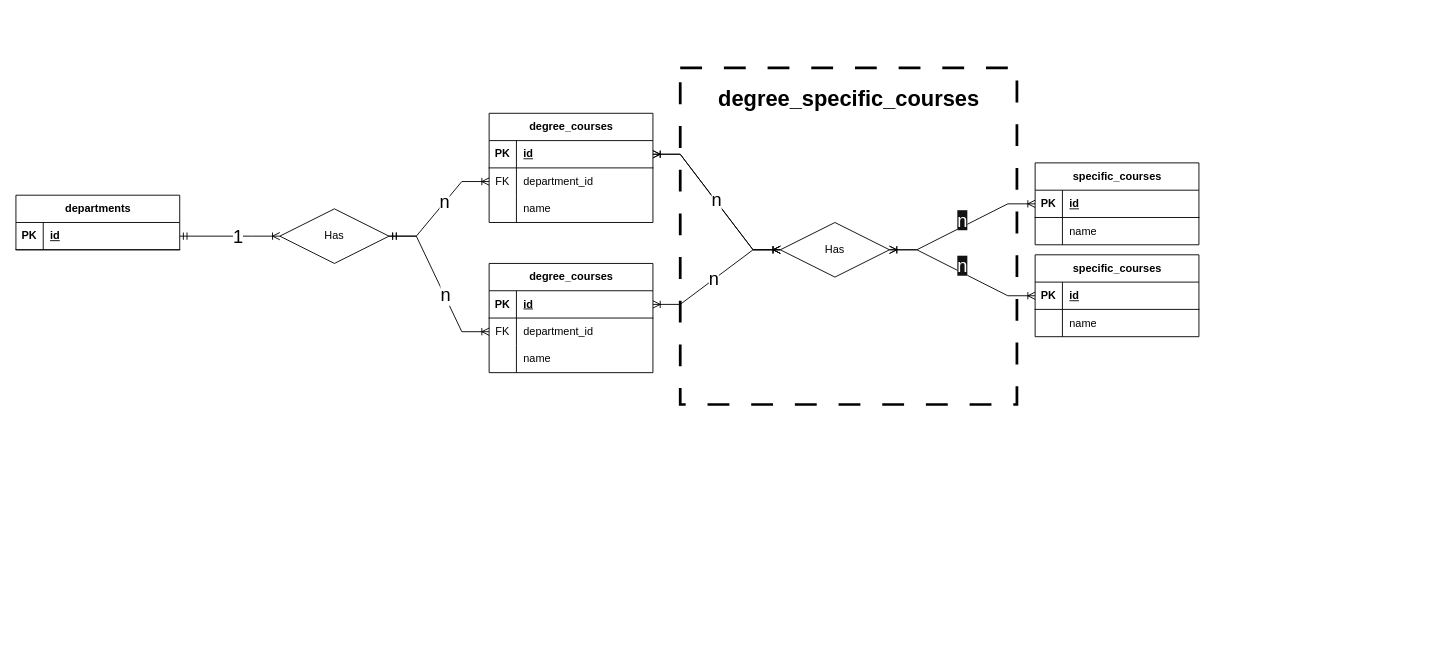
Earlier version of the draw.io diagram db-university.drawio (fedebacci/db-university). Source tidied: cells renumbered, new cells numbered last; positions are measured from the earlier drawing's top-left corner, leaving out a move shared by most shapes. Both pictures are drawn from the tidied source at 91%, with x=0, y=0 at pixel (15, 67).
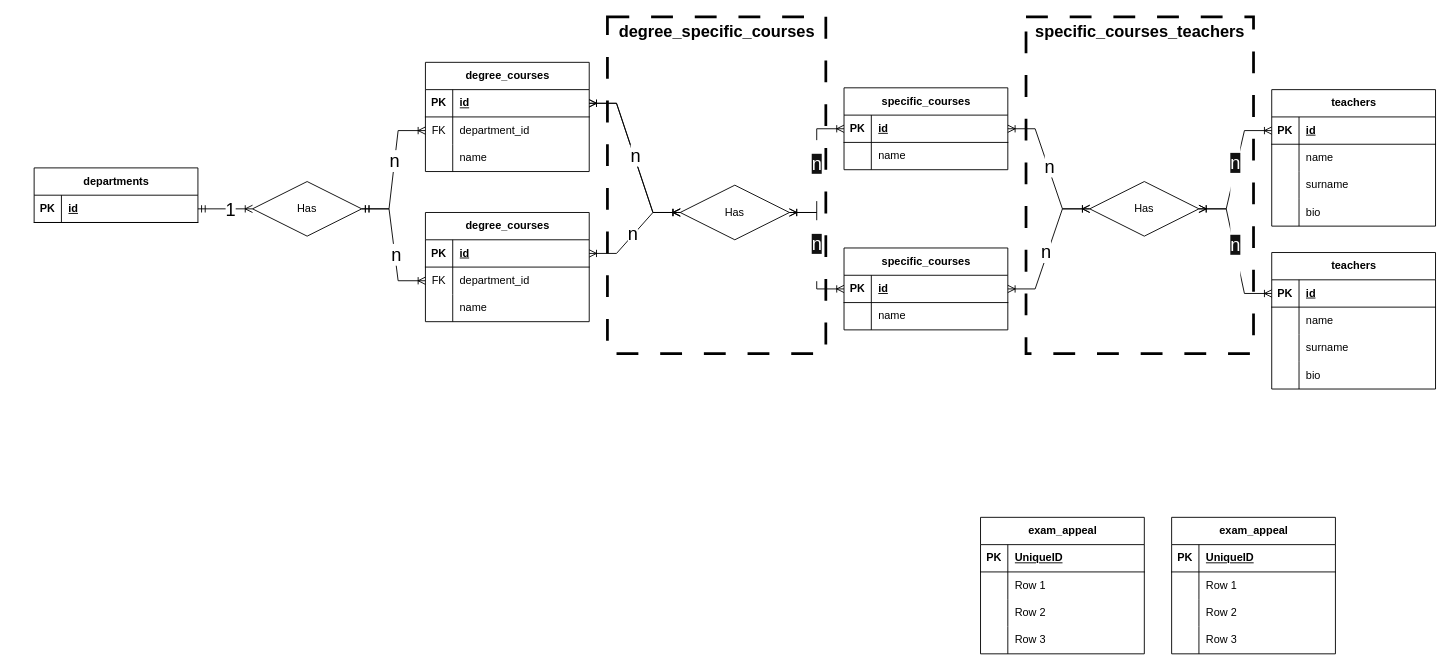
The same page after the edit.

The change refers to these unchanged cells:
```xml
<mxCell id="9" style="shape=tableRow;horizontal=0;startSize=0;swimlaneHead=0;swimlaneBody=0;fillColor=none;points=[[0,0.5],[1,0.5]];portConstraint=eastwest;top=0;left=0;right=0;bottom=1;" parent="8" vertex="1">
  <mxGeometry y="30" width="180" height="30" as="geometry" />
</mxCell>
<mxCell id="24" style="shape=tableRow;horizontal=0;startSize=0;swimlaneHead=0;swimlaneBody=0;fillColor=none;points=[[0,0.5],[1,0.5]];portConstraint=eastwest;top=0;left=0;right=0;bottom=1;" parent="23" vertex="1">
  <mxGeometry y="30" width="180" height="30" as="geometry" />
</mxCell>
<mxCell id="36" style="shape=tableRow;horizontal=0;startSize=0;swimlaneHead=0;swimlaneBody=0;fillColor=none;points=[[0,0.5],[1,0.5]];portConstraint=eastwest;top=0;left=0;right=0;bottom=1;" parent="35" vertex="1">
  <mxGeometry y="30" width="180" height="30" as="geometry" />
</mxCell>
<mxCell id="43" style="shape=tableRow;horizontal=0;startSize=0;swimlaneHead=0;swimlaneBody=0;fillColor=none;points=[[0,0.5],[1,0.5]];portConstraint=eastwest;top=0;left=0;right=0;bottom=1;" parent="42" vertex="1">
  <mxGeometry y="30" width="180" height="30" as="geometry" />
</mxCell>
```

Change to the diagram source:
```diff
@@
+    <mxCell id="58" style="rounded=0;whiteSpace=wrap;html=1;fillColor=none;strokeWidth=3;dashed=1;dashPattern=8 8;" parent="1" vertex="1">
+      <mxGeometry x="1110" y="-56" width="250" height="370" as="geometry" />
+    </mxCell>
+    <mxCell id="3" style="rounded=0;whiteSpace=wrap;html=1;fillColor=none;strokeWidth=3;dashed=1;dashPattern=8 8;" parent="1" vertex="1">
+      <mxGeometry x="650" y="-56" width="240" height="370" as="geometry" />
+    </mxCell>
-    <mxCell id="2" value="degree_specific_courses" style="text;strokeColor=none;fillColor=none;html=1;fontSize=24;fontStyle=1;verticalAlign=middle;align=center;" parent="1" vertex="1">
-      <mxGeometry x="775" y="20" width="280" height="30" as="geometry" />
+    <mxCell id="2" value="&lt;font style=&quot;font-size: 18px;&quot;&gt;specific_courses_teachers&lt;/font&gt;" style="text;strokeColor=none;fillColor=none;html=1;fontSize=24;fontStyle=1;verticalAlign=middle;align=center;" parent="1" vertex="1">
+      <mxGeometry x="1117.5" y="-56" width="235" height="30" as="geometry" />
     </mxCell>
-    <mxCell id="3" style="rounded=0;whiteSpace=wrap;html=1;fillColor=none;strokeWidth=3;dashed=1;dashPattern=8 8;" parent="1" vertex="1">
-      <mxGeometry x="730" width="370" height="370" as="geometry" />
-    </mxCell>
     <mxCell id="4" value="departments" style="shape=table;startSize=30;childLayout=tableLayout;rowLines=0;fontStyle=1;align=center;html=1;" parent="1" vertex="1">
-      <mxGeometry y="140" width="180" height="60" as="geometry" />
+      <mxGeometry x="20" y="110" width="180" height="60" as="geometry" />
     </mxCell>
@@
     <mxCell id="8" value="degree_courses" style="shape=table;startSize=30;childLayout=tableLayout;rowLines=0;fontStyle=1;align=center;html=1;" parent="1" vertex="1">
-      <mxGeometry x="520" y="215" width="180" height="120" as="geometry" />
+      <mxGeometry x="450" y="159" width="180" height="120" as="geometry" />
     </mxCell>
@@
     <mxCell id="18" value="Has" style="shape=rhombus;perimeter=rhombusPerimeter;whiteSpace=wrap;html=1;align=center;" parent="1" vertex="1">
-      <mxGeometry x="290" y="155" width="120" height="60" as="geometry" />
+      <mxGeometry x="260" y="125" width="120" height="60" as="geometry" />
     </mxCell>
@@
     <mxCell id="23" value="degree_courses" style="shape=table;startSize=30;childLayout=tableLayout;rowLines=0;fontStyle=1;align=center;html=1;" parent="1" vertex="1">
-      <mxGeometry x="520" y="50" width="180" height="120" as="geometry" />
+      <mxGeometry x="450" y="-6" width="180" height="120" as="geometry" />
     </mxCell>
@@
     <mxCell id="35" value="specific_courses" style="shape=table;startSize=30;childLayout=tableLayout;rowLines=0;fontStyle=1;align=center;html=1;" parent="1" vertex="1">
-      <mxGeometry x="1120" y="104.5" width="180" height="90" as="geometry" />
+      <mxGeometry x="910" y="22" width="180" height="90" as="geometry" />
     </mxCell>
@@
     <mxCell id="42" value="specific_courses" style="shape=table;startSize=30;childLayout=tableLayout;rowLines=0;fontStyle=1;align=center;html=1;" parent="1" vertex="1">
-      <mxGeometry x="1120" y="205.5" width="180" height="90" as="geometry" />
+      <mxGeometry x="910" y="198" width="180" height="90" as="geometry" />
     </mxCell>
@@
     <mxCell id="49" value="Has" style="shape=rhombus;perimeter=rhombusPerimeter;whiteSpace=wrap;html=1;align=center;" parent="1" vertex="1">
-      <mxGeometry x="840" y="170" width="120" height="60" as="geometry" />
+      <mxGeometry x="730" y="129" width="120" height="60" as="geometry" />
     </mxCell>
@@
     <mxCell id="54" style="edgeStyle=entityRelationEdgeStyle;fontSize=12;html=1;endArrow=ERoneToMany;startArrow=ERoneToMany;rounded=0;exitX=1;exitY=0.5;exitDx=0;exitDy=0;entryX=0;entryY=0.5;entryDx=0;entryDy=0;" parent="1" edge="1" source="24" target="49">
       <mxGeometry relative="1" as="geometry">
         <Array as="points">
-          <mxPoint x="720" y="204" />
+          <mxPoint x="740" y="174" />
         </Array>
       </mxGeometry>
     </mxCell>
@@
-    <mxCell id="56" style="edgeStyle=entityRelationEdgeStyle;fontSize=12;html=1;endArrow=ERoneToMany;startArrow=ERoneToMany;rounded=0;exitX=1;exitY=0.5;exitDx=0;exitDy=0;" parent="1" edge="1" source="9">
+    <mxCell id="56" style="edgeStyle=entityRelationEdgeStyle;fontSize=12;html=1;endArrow=ERoneToMany;startArrow=ERoneToMany;rounded=0;exitX=1;exitY=0.5;exitDx=0;exitDy=0;entryX=0;entryY=0.5;entryDx=0;entryDy=0;" parent="1" edge="1" source="9" target="49">
       <mxGeometry relative="1" as="geometry">
-        <mxPoint x="840" y="200" as="targetPoint" />
         <Array as="points">
-          <mxPoint x="730" y="363" />
-          <mxPoint x="780" y="343" />
+          <mxPoint x="750" y="333" />
+          <mxPoint x="800" y="313" />
         </Array>
       </mxGeometry>
     </mxCell>
@@
+    <mxCell id="59" value="teachers" style="shape=table;startSize=30;childLayout=tableLayout;rowLines=0;fontStyle=1;align=center;html=1;" parent="1" vertex="1">
+      <mxGeometry x="1380" y="24" width="180" height="150" as="geometry" />
+    </mxCell>
+    <mxCell id="60" style="shape=tableRow;horizontal=0;startSize=0;swimlaneHead=0;swimlaneBody=0;fillColor=none;points=[[0,0.5],[1,0.5]];portConstraint=eastwest;top=0;left=0;right=0;bottom=1;" parent="59" vertex="1">
+      <mxGeometry y="30" width="180" height="30" as="geometry" />
+    </mxCell>
+    <mxCell id="61" value="PK" style="shape=partialRectangle;fillColor=none;top=0;left=0;bottom=0;right=0;fontStyle=1;overflow=hidden;whiteSpace=wrap;html=1;" parent="60" vertex="1">
+      <mxGeometry width="30" height="30" as="geometry" />
+    </mxCell>
+    <mxCell id="62" value="id" style="shape=partialRectangle;fillColor=none;top=0;left=0;bottom=0;right=0;align=left;spacingLeft=6;fontStyle=5;overflow=hidden;whiteSpace=wrap;html=1;" parent="60" vertex="1">
+      <mxGeometry x="30" width="150" height="30" as="geometry" />
+    </mxCell>
+    <mxCell id="63" style="shape=tableRow;horizontal=0;startSize=0;swimlaneHead=0;swimlaneBody=0;fillColor=none;top=0;left=0;right=0;bottom=0;" parent="59" vertex="1">
+      <mxGeometry y="60" width="180" height="30" as="geometry" />
+    </mxCell>
+    <mxCell id="64" style="shape=partialRectangle;fillColor=none;top=0;left=0;bottom=0;right=0;overflow=hidden;whiteSpace=wrap;html=1;" parent="63" vertex="1">
+      <mxGeometry width="30" height="30" as="geometry" />
+    </mxCell>
+    <mxCell id="65" value="name" style="shape=partialRectangle;fillColor=none;top=0;left=0;bottom=0;right=0;align=left;spacingLeft=6;overflow=hidden;whiteSpace=wrap;html=1;" parent="63" vertex="1">
+      <mxGeometry x="30" width="150" height="30" as="geometry" />
+    </mxCell>
+    <mxCell id="66" style="shape=tableRow;horizontal=0;startSize=0;swimlaneHead=0;swimlaneBody=0;fillColor=none;top=0;left=0;right=0;bottom=0;" parent="59" vertex="1">
+      <mxGeometry y="90" width="180" height="30" as="geometry" />
+    </mxCell>
+    <mxCell id="67" style="shape=partialRectangle;fillColor=none;top=0;left=0;bottom=0;right=0;overflow=hidden;whiteSpace=wrap;html=1;" parent="66" vertex="1">
+      <mxGeometry width="30" height="30" as="geometry" />
+    </mxCell>
+    <mxCell id="68" value="surname" style="shape=partialRectangle;fillColor=none;top=0;left=0;bottom=0;right=0;align=left;spacingLeft=6;overflow=hidden;whiteSpace=wrap;html=1;" parent="66" vertex="1">
+      <mxGeometry x="30" width="150" height="30" as="geometry" />
+    </mxCell>
+    <mxCell id="69" style="shape=tableRow;horizontal=0;startSize=0;swimlaneHead=0;swimlaneBody=0;fillColor=none;top=0;left=0;right=0;bottom=0;" parent="59" vertex="1">
+      <mxGeometry y="120" width="180" height="30" as="geometry" />
+    </mxCell>
+    <mxCell id="70" style="shape=partialRectangle;fillColor=none;top=0;left=0;bottom=0;right=0;overflow=hidden;whiteSpace=wrap;html=1;" parent="69" vertex="1">
+      <mxGeometry width="30" height="30" as="geometry" />
+    </mxCell>
+    <mxCell id="71" value="bio" style="shape=partialRectangle;fillColor=none;top=0;left=0;bottom=0;right=0;align=left;spacingLeft=6;overflow=hidden;whiteSpace=wrap;html=1;" parent="69" vertex="1">
+      <mxGeometry x="30" width="150" height="30" as="geometry" />
+    </mxCell>
+    <mxCell id="72" value="&lt;font style=&quot;font-size: 18px;&quot;&gt;degree_specific_courses&lt;/font&gt;" style="text;strokeColor=none;fillColor=none;html=1;fontSize=24;fontStyle=1;verticalAlign=middle;align=center;" parent="1" vertex="1">
+      <mxGeometry x="655" y="-56" width="230" height="30" as="geometry" />
+    </mxCell>
+    <mxCell id="73" style="edgeStyle=entityRelationEdgeStyle;fontSize=12;html=1;endArrow=ERoneToMany;startArrow=ERoneToMany;rounded=0;exitX=1;exitY=0.5;exitDx=0;exitDy=0;entryX=0;entryY=0.5;entryDx=0;entryDy=0;" parent="1" edge="1" source="36" target="79">
+      <mxGeometry relative="1" as="geometry">
+        <Array as="points">
+          <mxPoint x="1380" y="168" />
+        </Array>
+      </mxGeometry>
+    </mxCell>
+    <mxCell id="74" value="&lt;font style=&quot;font-size: 20px;&quot;&gt;n&lt;/font&gt;" style="edgeLabel;html=1;align=center;verticalAlign=middle;" parent="73" vertex="1">
+      <mxGeometry x="-0.04" y="2" relative="1" as="geometry" />
+    </mxCell>
+    <mxCell id="75" style="edgeStyle=entityRelationEdgeStyle;fontSize=12;html=1;endArrow=ERoneToMany;startArrow=ERoneToMany;rounded=0;exitX=1;exitY=0.5;exitDx=0;exitDy=0;entryX=0;entryY=0.5;entryDx=0;entryDy=0;" parent="1" edge="1" source="43" target="79">
+      <mxGeometry relative="1" as="geometry">
+        <Array as="points">
+          <mxPoint x="1390" y="327" />
+          <mxPoint x="1440" y="307" />
+        </Array>
+      </mxGeometry>
+    </mxCell>
+    <mxCell id="76" value="&lt;font style=&quot;font-size: 20px;&quot;&gt;n&lt;/font&gt;" style="edgeLabel;html=1;align=center;verticalAlign=middle;" parent="75" vertex="1">
+      <mxGeometry x="-0.04" y="2" relative="1" as="geometry" />
+    </mxCell>
+    <mxCell id="77" value="&#10;&lt;span style=&quot;color: rgb(255, 255, 255); font-family: Helvetica; font-size: 20px; font-style: normal; font-variant-ligatures: normal; font-variant-caps: normal; font-weight: 400; letter-spacing: normal; orphans: 2; text-align: center; text-indent: 0px; text-transform: none; widows: 2; word-spacing: 0px; -webkit-text-stroke-width: 0px; white-space: nowrap; background-color: rgb(18, 18, 18); text-decoration-thickness: initial; text-decoration-style: initial; text-decoration-color: initial; display: inline !important; float: none;&quot;&gt;n&lt;/span&gt;&#10;&#10;" style="edgeStyle=entityRelationEdgeStyle;fontSize=12;html=1;endArrow=ERoneToMany;startArrow=ERoneToMany;rounded=0;exitX=1;exitY=0.5;exitDx=0;exitDy=0;entryX=0;entryY=0.5;entryDx=0;entryDy=0;" parent="1" edge="1" source="79" target="60">
+      <mxGeometry relative="1" as="geometry" />
+    </mxCell>
+    <mxCell id="78" value="&#10;&lt;span style=&quot;color: rgb(255, 255, 255); font-family: Helvetica; font-size: 20px; font-style: normal; font-variant-ligatures: normal; font-variant-caps: normal; font-weight: 400; letter-spacing: normal; orphans: 2; text-align: center; text-indent: 0px; text-transform: none; widows: 2; word-spacing: 0px; -webkit-text-stroke-width: 0px; white-space: nowrap; background-color: rgb(18, 18, 18); text-decoration-thickness: initial; text-decoration-style: initial; text-decoration-color: initial; display: inline !important; float: none;&quot;&gt;n&lt;/span&gt;&#10;&#10;" style="edgeStyle=entityRelationEdgeStyle;fontSize=12;html=1;endArrow=ERoneToMany;startArrow=ERoneToMany;rounded=0;exitX=1;exitY=0.5;exitDx=0;exitDy=0;entryX=0;entryY=0.5;entryDx=0;entryDy=0;" parent="1" edge="1" source="79" target="81">
+      <mxGeometry relative="1" as="geometry" />
+    </mxCell>
+    <mxCell id="79" value="Has" style="shape=rhombus;perimeter=rhombusPerimeter;whiteSpace=wrap;html=1;align=center;" parent="1" vertex="1">
+      <mxGeometry x="1180" y="125" width="120" height="60" as="geometry" />
+    </mxCell>
+    <mxCell id="80" value="teachers" style="shape=table;startSize=30;childLayout=tableLayout;rowLines=0;fontStyle=1;align=center;html=1;" parent="1" vertex="1">
+      <mxGeometry x="1380" y="203" width="180" height="150" as="geometry" />
+    </mxCell>
+    <mxCell id="81" style="shape=tableRow;horizontal=0;startSize=0;swimlaneHead=0;swimlaneBody=0;fillColor=none;points=[[0,0.5],[1,0.5]];portConstraint=eastwest;top=0;left=0;right=0;bottom=1;" parent="80" vertex="1">
+      <mxGeometry y="30" width="180" height="30" as="geometry" />
+    </mxCell>
+    <mxCell id="82" value="PK" style="shape=partialRectangle;fillColor=none;top=0;left=0;bottom=0;right=0;fontStyle=1;overflow=hidden;whiteSpace=wrap;html=1;" parent="81" vertex="1">
+      <mxGeometry width="30" height="30" as="geometry" />
+    </mxCell>
+    <mxCell id="83" value="id" style="shape=partialRectangle;fillColor=none;top=0;left=0;bottom=0;right=0;align=left;spacingLeft=6;fontStyle=5;overflow=hidden;whiteSpace=wrap;html=1;" parent="81" vertex="1">
+      <mxGeometry x="30" width="150" height="30" as="geometry" />
+    </mxCell>
+    <mxCell id="84" style="shape=tableRow;horizontal=0;startSize=0;swimlaneHead=0;swimlaneBody=0;fillColor=none;top=0;left=0;right=0;bottom=0;" parent="80" vertex="1">
+      <mxGeometry y="60" width="180" height="30" as="geometry" />
+    </mxCell>
+    <mxCell id="85" style="shape=partialRectangle;fillColor=none;top=0;left=0;bottom=0;right=0;overflow=hidden;whiteSpace=wrap;html=1;" parent="84" vertex="1">
+      <mxGeometry width="30" height="30" as="geometry" />
+    </mxCell>
+    <mxCell id="86" value="name" style="shape=partialRectangle;fillColor=none;top=0;left=0;bottom=0;right=0;align=left;spacingLeft=6;overflow=hidden;whiteSpace=wrap;html=1;" parent="84" vertex="1">
+      <mxGeometry x="30" width="150" height="30" as="geometry" />
+    </mxCell>
+    <mxCell id="87" style="shape=tableRow;horizontal=0;startSize=0;swimlaneHead=0;swimlaneBody=0;fillColor=none;top=0;left=0;right=0;bottom=0;" parent="80" vertex="1">
+      <mxGeometry y="90" width="180" height="30" as="geometry" />
+    </mxCell>
+    <mxCell id="88" style="shape=partialRectangle;fillColor=none;top=0;left=0;bottom=0;right=0;overflow=hidden;whiteSpace=wrap;html=1;" parent="87" vertex="1">
+      <mxGeometry width="30" height="30" as="geometry" />
+    </mxCell>
+    <mxCell id="89" value="surname" style="shape=partialRectangle;fillColor=none;top=0;left=0;bottom=0;right=0;align=left;spacingLeft=6;overflow=hidden;whiteSpace=wrap;html=1;" parent="87" vertex="1">
+      <mxGeometry x="30" width="150" height="30" as="geometry" />
+    </mxCell>
+    <mxCell id="90" style="shape=tableRow;horizontal=0;startSize=0;swimlaneHead=0;swimlaneBody=0;fillColor=none;top=0;left=0;right=0;bottom=0;" parent="80" vertex="1">
+      <mxGeometry y="120" width="180" height="30" as="geometry" />
+    </mxCell>
+    <mxCell id="91" style="shape=partialRectangle;fillColor=none;top=0;left=0;bottom=0;right=0;overflow=hidden;whiteSpace=wrap;html=1;" parent="90" vertex="1">
+      <mxGeometry width="30" height="30" as="geometry" />
+    </mxCell>
+    <mxCell id="92" value="bio" style="shape=partialRectangle;fillColor=none;top=0;left=0;bottom=0;right=0;align=left;spacingLeft=6;overflow=hidden;whiteSpace=wrap;html=1;" parent="90" vertex="1">
+      <mxGeometry x="30" width="150" height="30" as="geometry" />
+    </mxCell>
+    <mxCell id="93" value="exam_appeal" style="shape=table;startSize=30;childLayout=tableLayout;rowLines=0;fontStyle=1;align=center;html=1;" parent="1" vertex="1">
+      <mxGeometry x="1060" y="494" width="180" height="150" as="geometry" />
+    </mxCell>
+    <mxCell id="94" style="shape=tableRow;horizontal=0;startSize=0;swimlaneHead=0;swimlaneBody=0;fillColor=none;top=0;left=0;right=0;bottom=1;" parent="93" vertex="1">
+      <mxGeometry y="30" width="180" height="30" as="geometry" />
+    </mxCell>
+    <mxCell id="95" value="PK" style="shape=partialRectangle;fillColor=none;top=0;left=0;bottom=0;right=0;fontStyle=1;overflow=hidden;whiteSpace=wrap;html=1;" parent="94" vertex="1">
+      <mxGeometry width="30" height="30" as="geometry" />
+    </mxCell>
+    <mxCell id="96" value="UniqueID" style="shape=partialRectangle;fillColor=none;top=0;left=0;bottom=0;right=0;align=left;spacingLeft=6;fontStyle=5;overflow=hidden;whiteSpace=wrap;html=1;" parent="94" vertex="1">
+      <mxGeometry x="30" width="150" height="30" as="geometry" />
+    </mxCell>
+    <mxCell id="97" style="shape=tableRow;horizontal=0;startSize=0;swimlaneHead=0;swimlaneBody=0;fillColor=none;top=0;left=0;right=0;bottom=0;" parent="93" vertex="1">
+      <mxGeometry y="60" width="180" height="30" as="geometry" />
+    </mxCell>
+    <mxCell id="98" style="shape=partialRectangle;fillColor=none;top=0;left=0;bottom=0;right=0;overflow=hidden;whiteSpace=wrap;html=1;" parent="97" vertex="1">
+      <mxGeometry width="30" height="30" as="geometry" />
+    </mxCell>
+    <mxCell id="99" value="Row 1" style="shape=partialRectangle;fillColor=none;top=0;left=0;bottom=0;right=0;align=left;spacingLeft=6;overflow=hidden;whiteSpace=wrap;html=1;" parent="97" vertex="1">
+      <mxGeometry x="30" width="150" height="30" as="geometry" />
+    </mxCell>
+    <mxCell id="100" style="shape=tableRow;horizontal=0;startSize=0;swimlaneHead=0;swimlaneBody=0;fillColor=none;top=0;left=0;right=0;bottom=0;" parent="93" vertex="1">
+      <mxGeometry y="90" width="180" height="30" as="geometry" />
+    </mxCell>
+    <mxCell id="101" style="shape=partialRectangle;fillColor=none;top=0;left=0;bottom=0;right=0;overflow=hidden;whiteSpace=wrap;html=1;" parent="100" vertex="1">
+      <mxGeometry width="30" height="30" as="geometry" />
+    </mxCell>
+    <mxCell id="102" value="Row 2" style="shape=partialRectangle;fillColor=none;top=0;left=0;bottom=0;right=0;align=left;spacingLeft=6;overflow=hidden;whiteSpace=wrap;html=1;" parent="100" vertex="1">
+      <mxGeometry x="30" width="150" height="30" as="geometry" />
+    </mxCell>
+    <mxCell id="103" style="shape=tableRow;horizontal=0;startSize=0;swimlaneHead=0;swimlaneBody=0;fillColor=none;top=0;left=0;right=0;bottom=0;" parent="93" vertex="1">
+      <mxGeometry y="120" width="180" height="30" as="geometry" />
+    </mxCell>
+    <mxCell id="104" style="shape=partialRectangle;fillColor=none;top=0;left=0;bottom=0;right=0;overflow=hidden;whiteSpace=wrap;html=1;" parent="103" vertex="1">
+      <mxGeometry width="30" height="30" as="geometry" />
+    </mxCell>
+    <mxCell id="105" value="Row 3" style="shape=partialRectangle;fillColor=none;top=0;left=0;bottom=0;right=0;align=left;spacingLeft=6;overflow=hidden;whiteSpace=wrap;html=1;" parent="103" vertex="1">
+      <mxGeometry x="30" width="150" height="30" as="geometry" />
+    </mxCell>
+    <mxCell id="106" value="exam_appeal" style="shape=table;startSize=30;childLayout=tableLayout;rowLines=0;fontStyle=1;align=center;html=1;" parent="1" vertex="1">
+      <mxGeometry x="1270" y="494" width="180" height="150" as="geometry" />
+    </mxCell>
+    <mxCell id="107" style="shape=tableRow;horizontal=0;startSize=0;swimlaneHead=0;swimlaneBody=0;fillColor=none;top=0;left=0;right=0;bottom=1;" parent="106" vertex="1">
+      <mxGeometry y="30" width="180" height="30" as="geometry" />
+    </mxCell>
+    <mxCell id="108" value="PK" style="shape=partialRectangle;fillColor=none;top=0;left=0;bottom=0;right=0;fontStyle=1;overflow=hidden;whiteSpace=wrap;html=1;" parent="107" vertex="1">
+      <mxGeometry width="30" height="30" as="geometry" />
+    </mxCell>
+    <mxCell id="109" value="UniqueID" style="shape=partialRectangle;fillColor=none;top=0;left=0;bottom=0;right=0;align=left;spacingLeft=6;fontStyle=5;overflow=hidden;whiteSpace=wrap;html=1;" parent="107" vertex="1">
+      <mxGeometry x="30" width="150" height="30" as="geometry" />
+    </mxCell>
+    <mxCell id="110" style="shape=tableRow;horizontal=0;startSize=0;swimlaneHead=0;swimlaneBody=0;fillColor=none;top=0;left=0;right=0;bottom=0;" parent="106" vertex="1">
+      <mxGeometry y="60" width="180" height="30" as="geometry" />
+    </mxCell>
+    <mxCell id="111" style="shape=partialRectangle;fillColor=none;top=0;left=0;bottom=0;right=0;overflow=hidden;whiteSpace=wrap;html=1;" parent="110" vertex="1">
+      <mxGeometry width="30" height="30" as="geometry" />
+    </mxCell>
+    <mxCell id="112" value="Row 1" style="shape=partialRectangle;fillColor=none;top=0;left=0;bottom=0;right=0;align=left;spacingLeft=6;overflow=hidden;whiteSpace=wrap;html=1;" parent="110" vertex="1">
+      <mxGeometry x="30" width="150" height="30" as="geometry" />
+    </mxCell>
+    <mxCell id="113" style="shape=tableRow;horizontal=0;startSize=0;swimlaneHead=0;swimlaneBody=0;fillColor=none;top=0;left=0;right=0;bottom=0;" parent="106" vertex="1">
+      <mxGeometry y="90" width="180" height="30" as="geometry" />
+    </mxCell>
+    <mxCell id="114" style="shape=partialRectangle;fillColor=none;top=0;left=0;bottom=0;right=0;overflow=hidden;whiteSpace=wrap;html=1;" parent="113" vertex="1">
+      <mxGeometry width="30" height="30" as="geometry" />
+    </mxCell>
+    <mxCell id="115" value="Row 2" style="shape=partialRectangle;fillColor=none;top=0;left=0;bottom=0;right=0;align=left;spacingLeft=6;overflow=hidden;whiteSpace=wrap;html=1;" parent="113" vertex="1">
+      <mxGeometry x="30" width="150" height="30" as="geometry" />
+    </mxCell>
+    <mxCell id="116" style="shape=tableRow;horizontal=0;startSize=0;swimlaneHead=0;swimlaneBody=0;fillColor=none;top=0;left=0;right=0;bottom=0;" parent="106" vertex="1">
+      <mxGeometry y="120" width="180" height="30" as="geometry" />
+    </mxCell>
+    <mxCell id="117" style="shape=partialRectangle;fillColor=none;top=0;left=0;bottom=0;right=0;overflow=hidden;whiteSpace=wrap;html=1;" parent="116" vertex="1">
+      <mxGeometry width="30" height="30" as="geometry" />
+    </mxCell>
+    <mxCell id="118" value="Row 3" style="shape=partialRectangle;fillColor=none;top=0;left=0;bottom=0;right=0;align=left;spacingLeft=6;overflow=hidden;whiteSpace=wrap;html=1;" parent="116" vertex="1">
+      <mxGeometry x="30" width="150" height="30" as="geometry" />
+    </mxCell>
```
